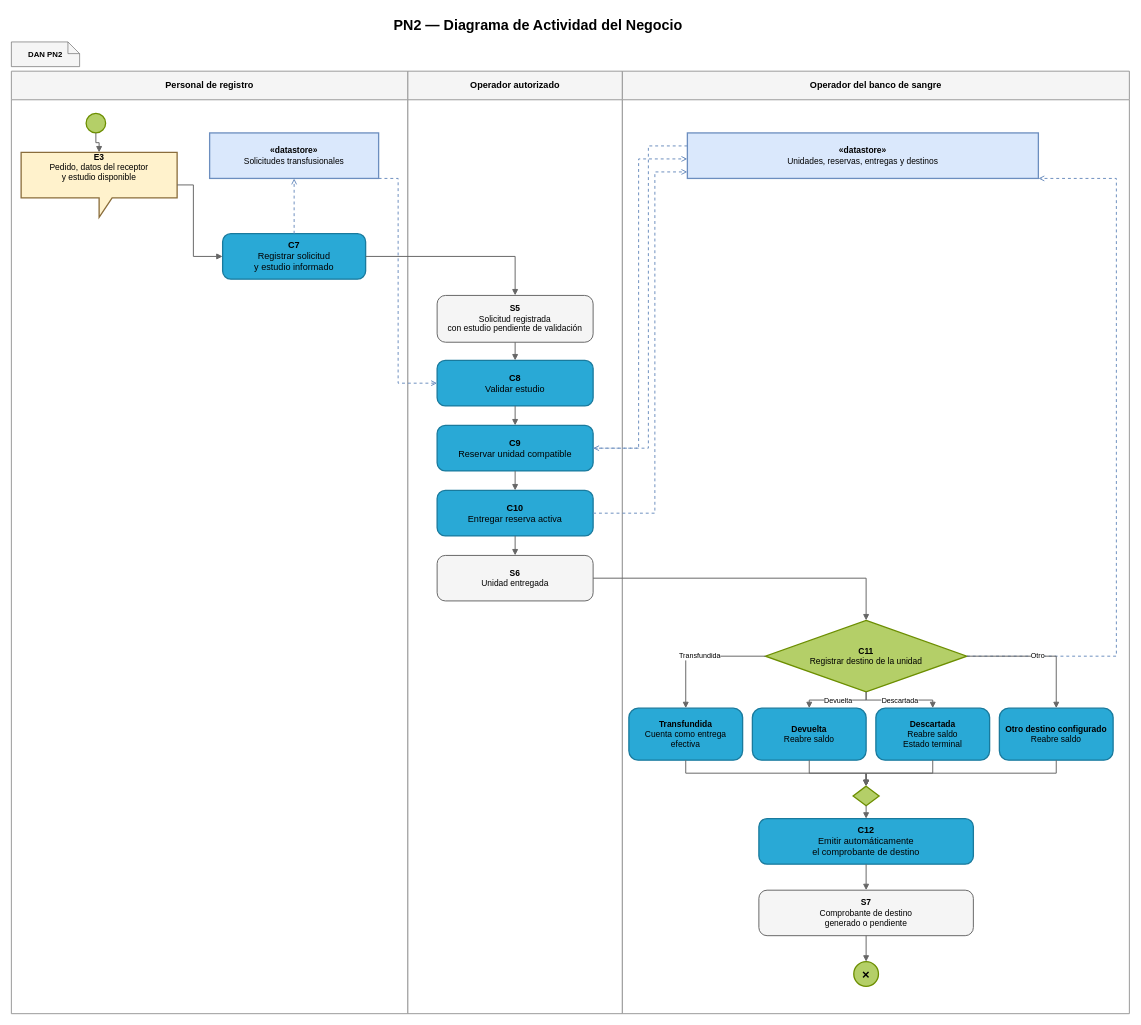
Earlier version of the draw.io diagram Diagramas/Secuencia de Roles/PN2_DiagramaActividadNegocio.drawio (juanNH/Ingenieria-de-Software). Source tidied: cells renumbered, new cells numbered last; positions are measured from the earlier drawing's top-left corner, leaving out a move shared by most shapes. Both pictures are drawn from the tidied source at 65%, with x=0, y=0 at pixel (11, 11).
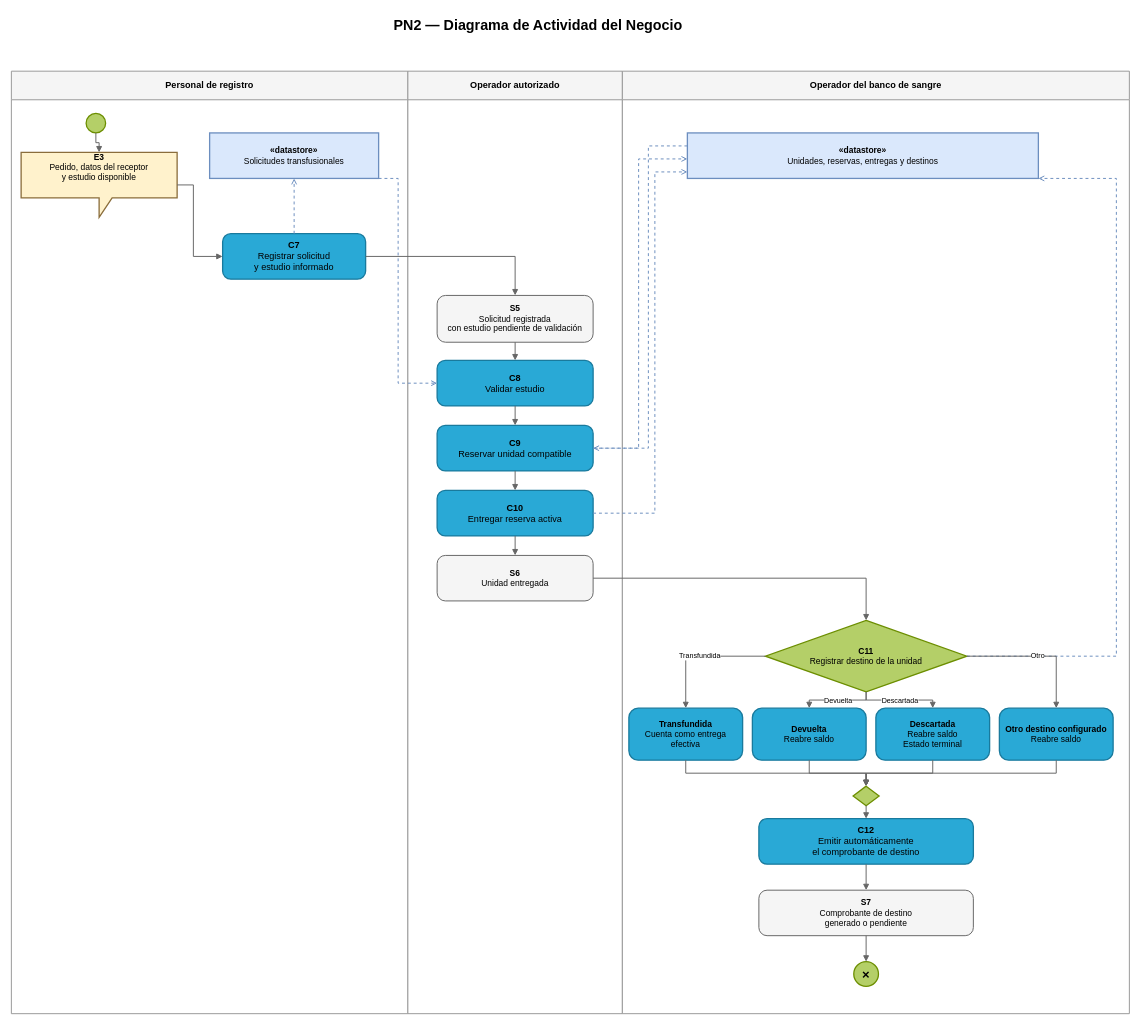
After the change.

What changed in the source:
```diff
@@
-    <mxCell id="3" value="DAN PN2" style="shape=note;whiteSpace=wrap;html=1;size=18;fillColor=#f5f5f5;strokeColor=#666666;fontStyle=1;fontSize=12;fontFamily=Arial;align=center;verticalAlign=middle;" parent="1" vertex="1">
-      <mxGeometry y="47" width="105" height="38" as="geometry" />
-    </mxCell>
```
